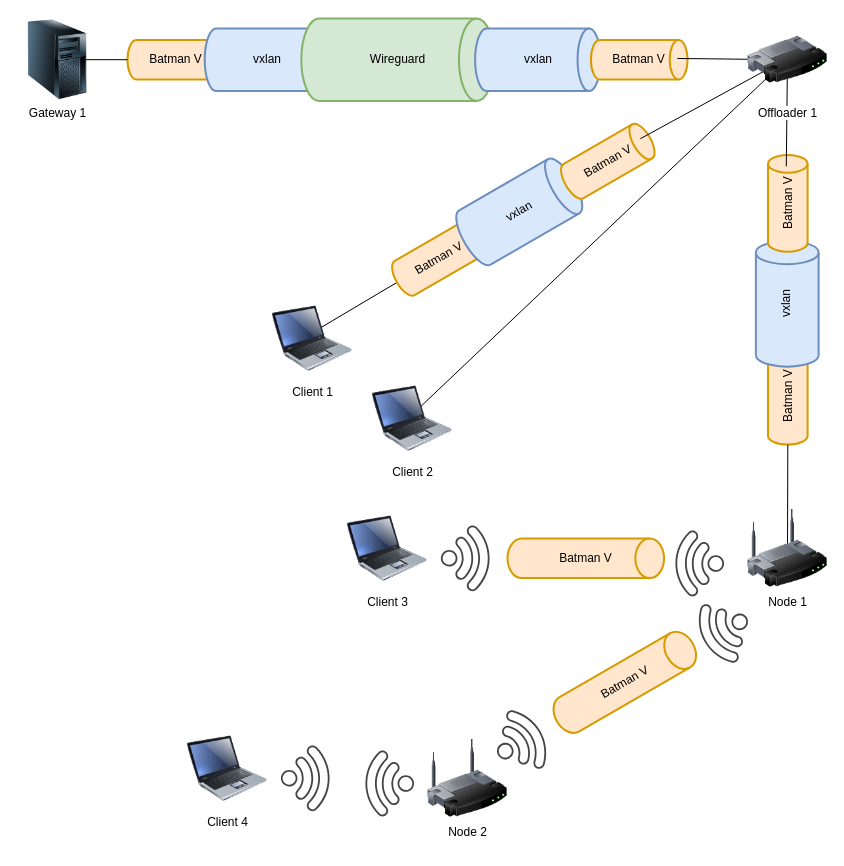
The draw.io diagram Diagram.drawio in lqb/test, before the edit. Source tidied: cells renumbered, new cells numbered last; positions are measured from the earlier drawing's top-left corner, leaving out a move shared by most shapes. Both pictures are drawn from the tidied source at 100%, with x=0, y=0 at pixel (17, 18).
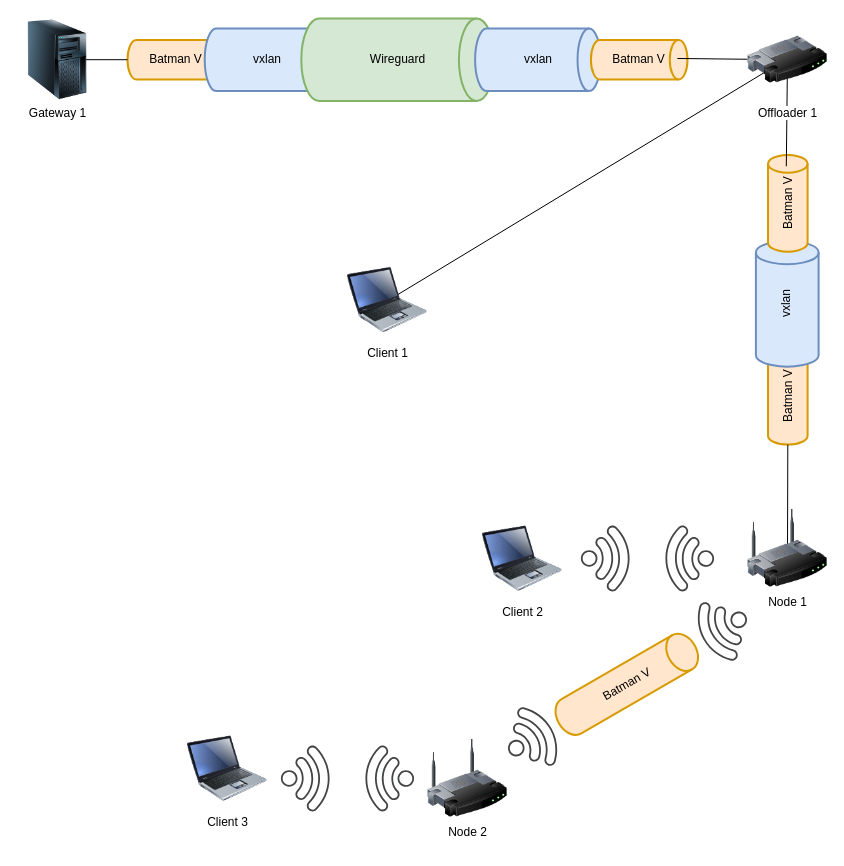
After the change.

Unchanged cells that the change refers to:
```xml
<mxCell id="39" value="Offloader 1&lt;br&gt;" style="image;html=1;image=img/lib/clip_art/networking/Router_128x128.png;" parent="1" vertex="1">
  <mxGeometry x="730" y="1.2" width="80" height="80" as="geometry" />
</mxCell>
```

Change to the diagram source:
```diff
@@
-    <mxCell id="2" style="endArrow=none;html=1;entryX=0;entryY=0.5;entryDx=0;entryDy=0;entryPerimeter=0;exitX=0.375;exitY=0.5;exitDx=0;exitDy=0;exitPerimeter=0;" parent="1" edge="1" source="12" target="14">
-      <mxGeometry relative="1" as="geometry" />
-    </mxCell>
@@
-    <mxCell id="12" value="Client 1" style="image;html=1;image=img/lib/clip_art/computers/Laptop_128x128.png;" parent="1" vertex="1">
-      <mxGeometry x="255" y="280" width="80" height="80" as="geometry" />
-    </mxCell>
-    <mxCell id="13" style="group;rotation=-30;" parent="1" vertex="1">
-      <mxGeometry x="360" y="160" width="290" height="62.7" as="geometry" />
-    </mxCell>
-    <mxCell id="14" value="Batman V" style="strokeWidth=2;html=1;shape=mxgraph.flowchart.direct_data;whiteSpace=wrap;fillColor=#ffe6cc;strokeColor=#d79b00;rotation=-30;" parent="13" vertex="1">
-      <mxGeometry x="13" y="60" width="96.6" height="39.6" as="geometry" />
-    </mxCell>
-    <mxCell id="15" value="vxlan" style="strokeWidth=2;html=1;shape=mxgraph.flowchart.direct_data;whiteSpace=wrap;fillColor=#dae8fc;strokeColor=#6c8ebf;rotation=-30;" parent="13" vertex="1">
-      <mxGeometry x="79" y="2" width="125.5" height="62.7" as="geometry" />
-    </mxCell>
-    <mxCell id="16" value="Batman V" style="strokeWidth=2;html=1;shape=mxgraph.flowchart.direct_data;whiteSpace=wrap;fillColor=#ffe6cc;strokeColor=#d79b00;rotation=-30;" parent="13" vertex="1">
-      <mxGeometry x="182" y="-37" width="96.6" height="39.6" as="geometry" />
-    </mxCell>
-    <mxCell id="17" style="endArrow=none;html=1;entryX=0.5;entryY=0.484;entryDx=0;entryDy=0;entryPerimeter=0;exitX=0.908;exitY=0.417;exitDx=0;exitDy=0;exitPerimeter=0;" parent="1" edge="1" source="16" target="39">
-      <mxGeometry relative="1" as="geometry" />
-    </mxCell>
@@
-    <mxCell id="24" value="Client 3" style="image;html=1;image=img/lib/clip_art/computers/Laptop_128x128.png;" parent="1" vertex="1">
-      <mxGeometry x="330" y="490" width="80" height="80" as="geometry" />
+    <mxCell id="24" value="Client 2" style="image;html=1;image=img/lib/clip_art/computers/Laptop_128x128.png;" parent="1" vertex="1">
+      <mxGeometry x="465" y="500" width="80" height="80" as="geometry" />
     </mxCell>
@@
-    <mxCell id="26" style="group;" parent="1" vertex="1">
-      <mxGeometry x="419.6" y="504.4" width="290.7" height="75.9" as="geometry" />
-    </mxCell>
-    <mxCell id="27" value="Batman V" style="strokeWidth=2;html=1;shape=mxgraph.flowchart.direct_data;whiteSpace=wrap;fillColor=#ffe6cc;strokeColor=#d79b00;rotation=0;" parent="26" vertex="1">
-      <mxGeometry x="70.4" y="15.6" width="156.6" height="39.6" as="geometry" />
-    </mxCell>
-    <mxCell id="28" style="shadow=0;dashed=0;html=1;strokeColor=none;fillColor=#434445;labelPosition=center;verticalLabelPosition=bottom;verticalAlign=top;align=center;shape=mxgraph.vvd.wi_fi;rotation=45;" parent="26" vertex="1">
-      <mxGeometry x="10.4" y="10.4" width="50" height="50" as="geometry" />
-    </mxCell>
-    <mxCell id="29" style="shadow=0;dashed=0;html=1;strokeColor=none;fillColor=#434445;labelPosition=center;verticalLabelPosition=bottom;verticalAlign=top;align=center;shape=mxgraph.vvd.wi_fi;rotation=-135;" parent="26" vertex="1">
-      <mxGeometry x="230.4" y="15.6" width="50" height="50" as="geometry" />
-    </mxCell>
-    <mxCell id="30" style="group;rotation=-30;" parent="1" vertex="1">
-      <mxGeometry x="460" y="630" width="290.7" height="75.9" as="geometry" />
-    </mxCell>
-    <mxCell id="31" value="Batman V" style="strokeWidth=2;html=1;shape=mxgraph.flowchart.direct_data;whiteSpace=wrap;fillColor=#ffe6cc;strokeColor=#d79b00;rotation=-30;" parent="30" vertex="1">
-      <mxGeometry x="69" y="14" width="156.6" height="39.6" as="geometry" />
-    </mxCell>
-    <mxCell id="32" style="shadow=0;dashed=0;html=1;strokeColor=none;fillColor=#434445;labelPosition=center;verticalLabelPosition=bottom;verticalAlign=top;align=center;shape=mxgraph.vvd.wi_fi;rotation=15;" parent="30" vertex="1">
-      <mxGeometry x="23" y="66" width="50" height="50" as="geometry" />
-    </mxCell>
-    <mxCell id="33" style="shadow=0;dashed=0;html=1;strokeColor=none;fillColor=#434445;labelPosition=center;verticalLabelPosition=bottom;verticalAlign=top;align=center;shape=mxgraph.vvd.wi_fi;rotation=-165;" parent="30" vertex="1">
-      <mxGeometry x="217" y="-40" width="50" height="50" as="geometry" />
-    </mxCell>
-    <mxCell id="34" value="Client 4" style="image;html=1;image=img/lib/clip_art/computers/Laptop_128x128.png;" parent="1" vertex="1">
+    <mxCell id="34" value="Client 3" style="image;html=1;image=img/lib/clip_art/computers/Laptop_128x128.png;" parent="1" vertex="1">
       <mxGeometry x="170" y="710" width="80" height="80" as="geometry" />
     </mxCell>
-    <mxCell id="35" style="shadow=0;dashed=0;html=1;strokeColor=none;fillColor=#434445;labelPosition=center;verticalLabelPosition=bottom;verticalAlign=top;align=center;shape=mxgraph.vvd.wi_fi;rotation=45;" parent="1" vertex="1">
-      <mxGeometry x="270" y="734.8" width="50" height="50" as="geometry" />
-    </mxCell>
-    <mxCell id="36" style="shadow=0;dashed=0;html=1;strokeColor=none;fillColor=#434445;labelPosition=center;verticalLabelPosition=bottom;verticalAlign=top;align=center;shape=mxgraph.vvd.wi_fi;rotation=-135;" parent="1" vertex="1">
-      <mxGeometry x="340" y="740" width="50" height="50" as="geometry" />
-    </mxCell>
-    <mxCell id="37" value="Client 2" style="image;html=1;image=img/lib/clip_art/computers/Laptop_128x128.png;" parent="1" vertex="1">
-      <mxGeometry x="355" y="360" width="80" height="80" as="geometry" />
+    <mxCell id="37" value="Client 1" style="image;html=1;image=img/lib/clip_art/computers/Laptop_128x128.png;" parent="1" vertex="1">
+      <mxGeometry x="330" y="241.4" width="80" height="80" as="geometry" />
     </mxCell>
@@
+    <mxCell id="41" style="group;rotation=45;" parent="1" vertex="1">
+      <mxGeometry x="280" y="710" width="100" height="100" as="geometry" />
+    </mxCell>
+    <mxCell id="42" style="shadow=0;dashed=0;html=1;strokeColor=none;fillColor=#434445;labelPosition=center;verticalLabelPosition=bottom;verticalAlign=top;align=center;shape=mxgraph.vvd.wi_fi;rotation=45;" parent="41" vertex="1">
+      <mxGeometry x="-10" y="25" width="50" height="50" as="geometry" />
+    </mxCell>
+    <mxCell id="43" style="shadow=0;dashed=0;html=1;strokeColor=none;fillColor=#434445;labelPosition=center;verticalLabelPosition=bottom;verticalAlign=top;align=center;shape=mxgraph.vvd.wi_fi;flipH=1;flipV=1;rotation=45;" parent="41" vertex="1">
+      <mxGeometry x="60" y="25" width="50" height="50" as="geometry" />
+    </mxCell>
+    <mxCell id="44" style="group;rotation=45;" parent="1" vertex="1">
+      <mxGeometry x="580" y="490" width="100" height="100" as="geometry" />
+    </mxCell>
+    <mxCell id="45" style="shadow=0;dashed=0;html=1;strokeColor=none;fillColor=#434445;labelPosition=center;verticalLabelPosition=bottom;verticalAlign=top;align=center;shape=mxgraph.vvd.wi_fi;rotation=45;" parent="44" vertex="1">
+      <mxGeometry x="-10" y="25" width="50" height="50" as="geometry" />
+    </mxCell>
+    <mxCell id="46" style="shadow=0;dashed=0;html=1;strokeColor=none;fillColor=#434445;labelPosition=center;verticalLabelPosition=bottom;verticalAlign=top;align=center;shape=mxgraph.vvd.wi_fi;flipH=1;flipV=1;rotation=45;" parent="44" vertex="1">
+      <mxGeometry x="60" y="25" width="50" height="50" as="geometry" />
+    </mxCell>
+    <mxCell id="47" style="group;rotation=-30;" parent="1" vertex="1">
+      <mxGeometry x="470" y="630" width="280.7" height="70.7" as="geometry" />
+    </mxCell>
+    <mxCell id="48" style="shadow=0;dashed=0;html=1;strokeColor=none;fillColor=#434445;labelPosition=center;verticalLabelPosition=bottom;verticalAlign=top;align=center;shape=mxgraph.vvd.wi_fi;rotation=15;" parent="47" vertex="1">
+      <mxGeometry x="24" y="63" width="50" height="50" as="geometry" />
+    </mxCell>
+    <mxCell id="49" style="shadow=0;dashed=0;html=1;strokeColor=none;fillColor=#434445;labelPosition=center;verticalLabelPosition=bottom;verticalAlign=top;align=center;shape=mxgraph.vvd.wi_fi;flipH=1;flipV=1;rotation=15;" parent="47" vertex="1">
+      <mxGeometry x="206" y="-42" width="50" height="50" as="geometry" />
+    </mxCell>
+    <mxCell id="50" value="Batman V" style="strokeWidth=2;html=1;shape=mxgraph.flowchart.direct_data;whiteSpace=wrap;fillColor=#ffe6cc;strokeColor=#d79b00;rotation=-30;" parent="47" vertex="1">
+      <mxGeometry x="61" y="16" width="156.6" height="39.6" as="geometry" />
+    </mxCell>
```
